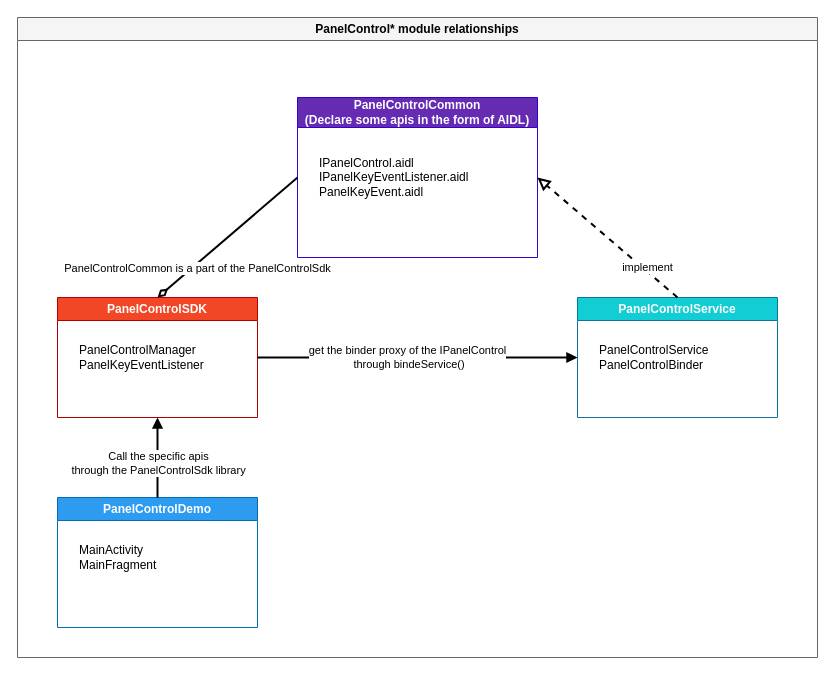
Before: PanelControl* dependency.drawio in windboat/draw.io, a draw.io diagram. Source tidied: cells renumbered, new cells numbered last; positions are measured from the earlier drawing's top-left corner, leaving out a move shared by most shapes. Both pictures are drawn from the tidied source at 100%, with x=0, y=0 at pixel (17, 17).
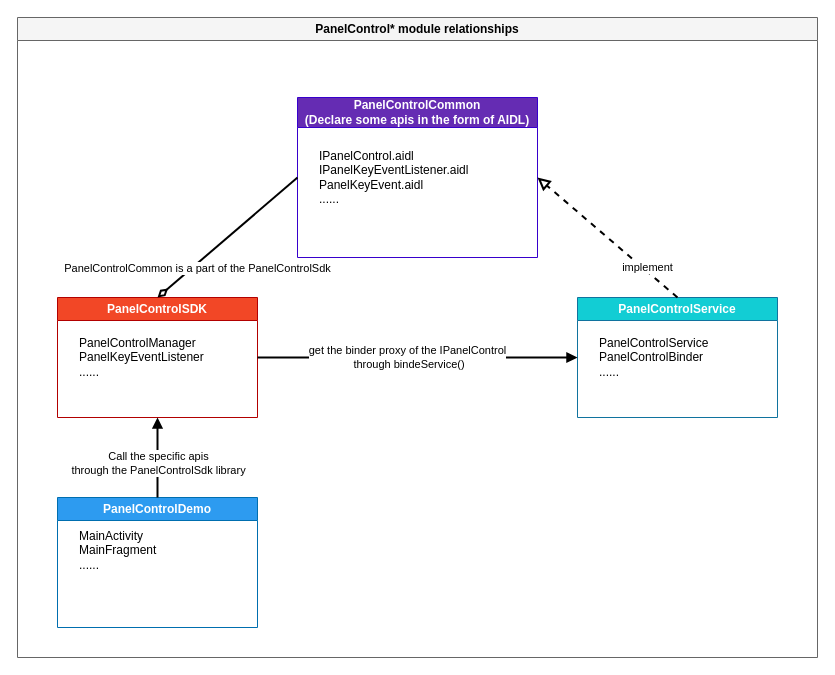
The same diagram, later.

Unchanged cells that the change refers to:
```xml
<mxCell id="3" value="PanelControlCommon&lt;br&gt;(Declare some apis in the form of AIDL)" style="swimlane;whiteSpace=wrap;html=1;startSize=30;fillColor=#652cb3;strokeColor=#3700CC;swimlaneFillColor=none;fontColor=#ffffff;" parent="2" vertex="1">
  <mxGeometry x="280" y="80" width="240" height="160" as="geometry" />
</mxCell>
<mxCell id="5" value="PanelControlSDK" style="swimlane;whiteSpace=wrap;html=1;startSize=23;fillColor=#f24726;strokeColor=#B20000;fontColor=#ffffff;" parent="2" vertex="1">
  <mxGeometry x="40" y="280" width="200" height="120" as="geometry" />
</mxCell>
<mxCell id="7" value="PanelControlService" style="swimlane;whiteSpace=wrap;html=1;startSize=23;fillColor=#12CDD4;strokeColor=#10739e;fontColor=#FFFFFF;" parent="2" vertex="1">
  <mxGeometry x="560" y="280" width="200" height="120" as="geometry" />
</mxCell>
<mxCell id="9" value="PanelControlDemo" style="swimlane;whiteSpace=wrap;html=1;startSize=23;fillColor=#2d9bf0;fontColor=#ffffff;strokeColor=#006EAF;" parent="2" vertex="1">
  <mxGeometry x="40" y="480" width="200" height="130" as="geometry" />
</mxCell>
```

Change to the diagram source:
```diff
@@
-    <mxCell id="4" value="&lt;div&gt;IPanelControl.aidl&lt;/div&gt;&lt;div&gt;IPanelKeyEventListener.aidl&lt;/div&gt;&lt;div&gt;PanelKeyEvent.aidl&lt;/div&gt;" style="text;html=1;align=left;verticalAlign=middle;strokeColor=none;fillColor=none;" parent="3" vertex="1">
-      <mxGeometry x="20" y="50" width="170" height="60" as="geometry" />
+    <mxCell id="4" value="&lt;div&gt;IPanelControl.aidl&lt;/div&gt;&lt;div&gt;IPanelKeyEventListener.aidl&lt;/div&gt;&lt;div&gt;PanelKeyEvent.aidl&lt;/div&gt;&lt;div&gt;......&lt;/div&gt;" style="text;html=1;align=left;verticalAlign=middle;strokeColor=none;fillColor=none;" parent="3" vertex="1">
+      <mxGeometry x="20" y="45" width="170" height="70" as="geometry" />
     </mxCell>
@@
-    <mxCell id="6" value="&lt;div&gt;PanelControlManager&lt;/div&gt;&lt;div&gt;PanelKeyEventListener&lt;/div&gt;" style="text;html=1;align=left;verticalAlign=middle;strokeColor=none;fillColor=none;" parent="5" vertex="1">
-      <mxGeometry x="20" y="40" width="150" height="40" as="geometry" />
+    <mxCell id="6" value="&lt;div&gt;PanelControlManager&lt;/div&gt;&lt;div&gt;PanelKeyEventListener&lt;/div&gt;&lt;div&gt;......&lt;/div&gt;" style="text;html=1;align=left;verticalAlign=middle;strokeColor=none;fillColor=none;" parent="5" vertex="1">
+      <mxGeometry x="20" y="30" width="150" height="60" as="geometry" />
     </mxCell>
@@
-    <mxCell id="8" value="&lt;div&gt;PanelControlService&lt;/div&gt;&lt;div&gt;PanelControlBinder&lt;/div&gt;" style="text;html=1;align=left;verticalAlign=middle;strokeColor=none;fillColor=none;" parent="7" vertex="1">
-      <mxGeometry x="20" y="40" width="130" height="40" as="geometry" />
+    <mxCell id="8" value="&lt;div&gt;PanelControlService&lt;/div&gt;&lt;div&gt;PanelControlBinder&lt;/div&gt;&lt;div&gt;......&lt;/div&gt;" style="text;html=1;align=left;verticalAlign=middle;strokeColor=none;fillColor=none;" parent="7" vertex="1">
+      <mxGeometry x="20" y="30" width="130" height="60" as="geometry" />
     </mxCell>
@@
-    <mxCell id="10" value="&lt;div&gt;MainActivity&lt;/div&gt;&lt;div&gt;MainFragment&lt;/div&gt;" style="text;html=1;align=left;verticalAlign=middle;strokeColor=none;fillColor=none;" parent="9" vertex="1">
-      <mxGeometry x="20" y="40" width="100" height="40" as="geometry" />
+    <mxCell id="10" value="&lt;div&gt;MainActivity&lt;/div&gt;&lt;div&gt;MainFragment&lt;/div&gt;&lt;div&gt;......&lt;/div&gt;&lt;div&gt;&lt;br&gt;&lt;/div&gt;" style="text;html=1;align=left;verticalAlign=middle;strokeColor=none;fillColor=none;" parent="9" vertex="1">
+      <mxGeometry x="20" y="25" width="100" height="70" as="geometry" />
     </mxCell>
```
